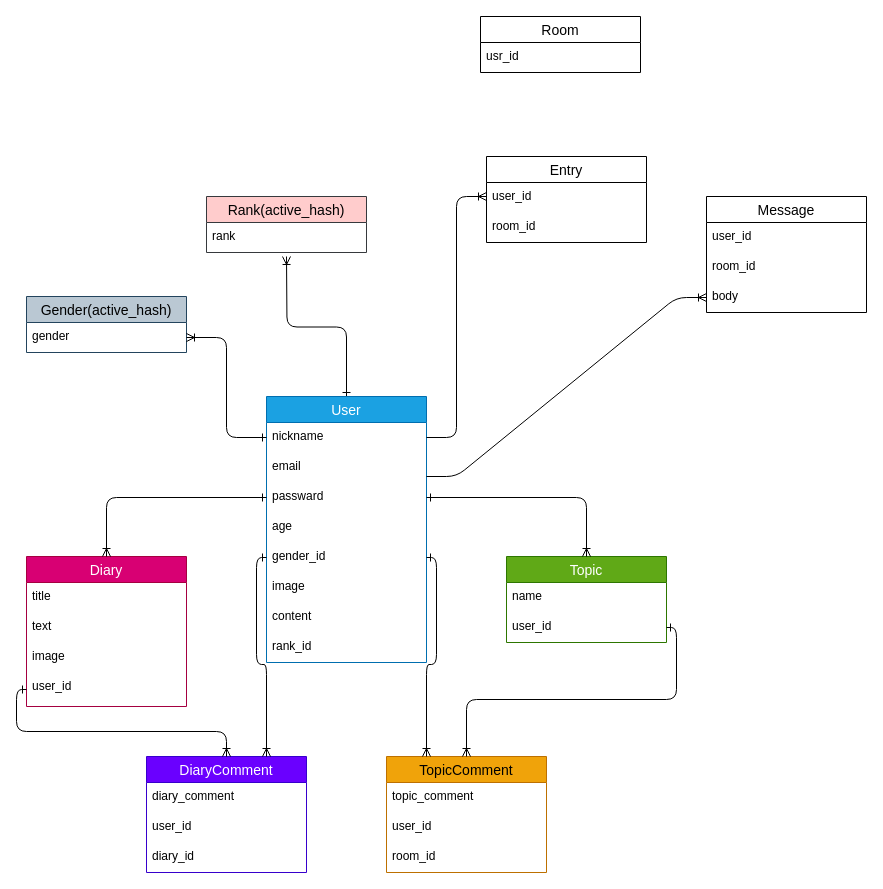
Before: ER図.dio in kawamoto06/apex-home, a draw.io diagram. Source tidied: cells renumbered, new cells numbered last; positions are measured from the earlier drawing's top-left corner, leaving out a move shared by most shapes. Both pictures are drawn from the tidied source at 100%, with x=0, y=0 at pixel (26, 16).
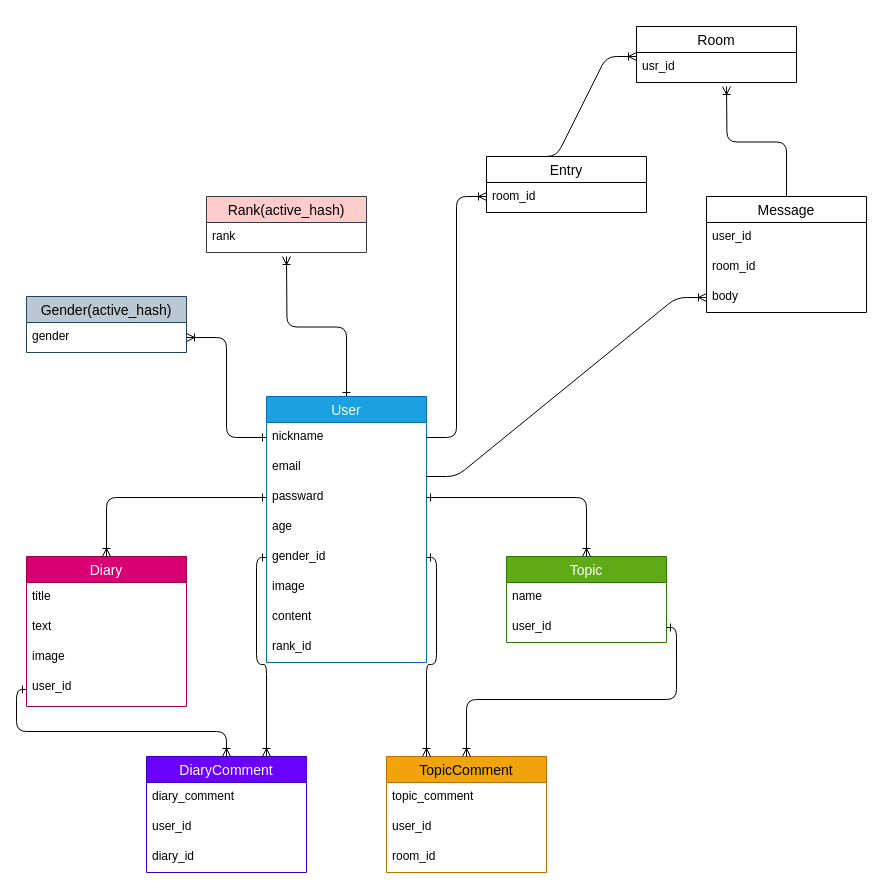
Above is the later version.

The change refers to these unchanged cells:
```xml
<mxCell id="42" value="Message" style="swimlane;fontStyle=0;horizontal=1;startSize=26;align=center;fontSize=14;" parent="1" vertex="1">
  <mxGeometry x="680" y="180" width="160" height="116" as="geometry" />
</mxCell>
```

Diff of the diagram source:
```diff
@@
     <mxCell id="39" value="Entry" style="swimlane;fontStyle=0;horizontal=1;startSize=26;align=center;fontSize=14;" parent="1" vertex="1">
-      <mxGeometry x="460" y="140" width="160" height="86" as="geometry" />
+      <mxGeometry x="460" y="140" width="160" height="56" as="geometry" />
     </mxCell>
-    <mxCell id="40" value="user_id" style="text;strokeColor=none;fillColor=none;spacingLeft=4;spacingRight=4;overflow=hidden;fontSize=12;" parent="39" vertex="1">
-      <mxGeometry y="26" width="160" height="30" as="geometry" />
-    </mxCell>
     <mxCell id="41" value="room_id" style="text;strokeColor=none;fillColor=none;spacingLeft=4;spacingRight=4;overflow=hidden;fontSize=12;" parent="39" vertex="1">
-      <mxGeometry y="56" width="160" height="30" as="geometry" />
+      <mxGeometry y="26" width="160" height="30" as="geometry" />
     </mxCell>
@@
     <mxCell id="46" value="Room" style="swimlane;fontStyle=0;horizontal=1;startSize=26;align=center;fontSize=14;" parent="1" vertex="1">
-      <mxGeometry x="454" width="160" height="56" as="geometry" />
+      <mxGeometry x="610" y="10" width="160" height="56" as="geometry" />
     </mxCell>
@@
+    <mxCell id="50" style="edgeStyle=entityRelationEdgeStyle;fontSize=12;html=1;endArrow=ERoneToMany;endFill=0;exitX=0.25;exitY=0;exitDx=0;exitDy=0;" parent="1" edge="1" source="39">
+      <mxGeometry relative="1" as="geometry">
+        <mxPoint x="610" y="40" as="targetPoint" />
+      </mxGeometry>
+    </mxCell>
+    <mxCell id="51" style="edgeStyle=orthogonalEdgeStyle;fontSize=12;html=1;endArrow=ERoneToMany;endFill=0;" parent="1" edge="1" source="42">
+      <mxGeometry relative="1" as="geometry">
+        <mxPoint x="700" y="70" as="targetPoint" />
+      </mxGeometry>
+    </mxCell>
```
